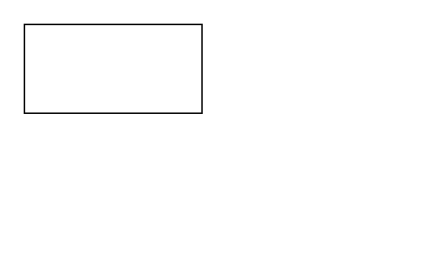
The draw.io diagram Gyro.drawio in Hilbert-H/Mathematica-Coding, before the edit. Source tidied: cells renumbered, new cells numbered last; positions are measured from the earlier drawing's top-left corner, leaving out a move shared by most shapes. Both pictures are drawn from the tidied source at 148%, with x=0, y=0 at pixel (24, 24).
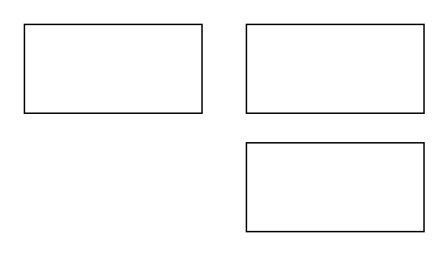
After the change.

What changed in the source:
```diff
@@
 <mxGraphModel>
   <root>
     <mxCell id="0" />
     <mxCell id="1" parent="0" />
     <mxCell id="2" style="rounded=0;whiteSpace=wrap;html=1;" parent="1" vertex="1">
       <mxGeometry width="120" height="60" as="geometry" />
     </mxCell>
+    <mxCell id="3" style="rounded=0;whiteSpace=wrap;html=1;" parent="1" vertex="1">
+      <mxGeometry x="150" width="120" height="60" as="geometry" />
+    </mxCell>
+    <mxCell id="4" style="rounded=0;whiteSpace=wrap;html=1;" parent="1" vertex="1">
+      <mxGeometry x="150" y="80" width="120" height="60" as="geometry" />
+    </mxCell>
   </root>
 </mxGraphModel>
```
